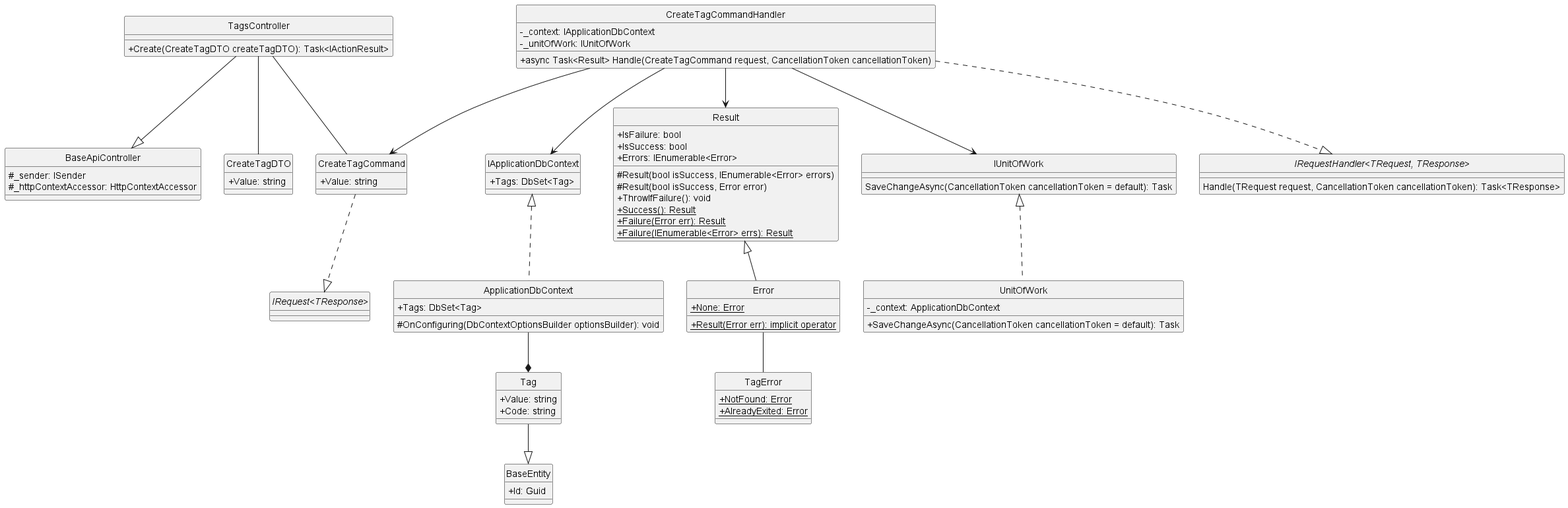
The PlantUML diagram docs/Class Diagram/Post/Tags/CreateTag/ClassDiagram/createTag.png in Carl-Johnsons/Chat-Application, before a commit.
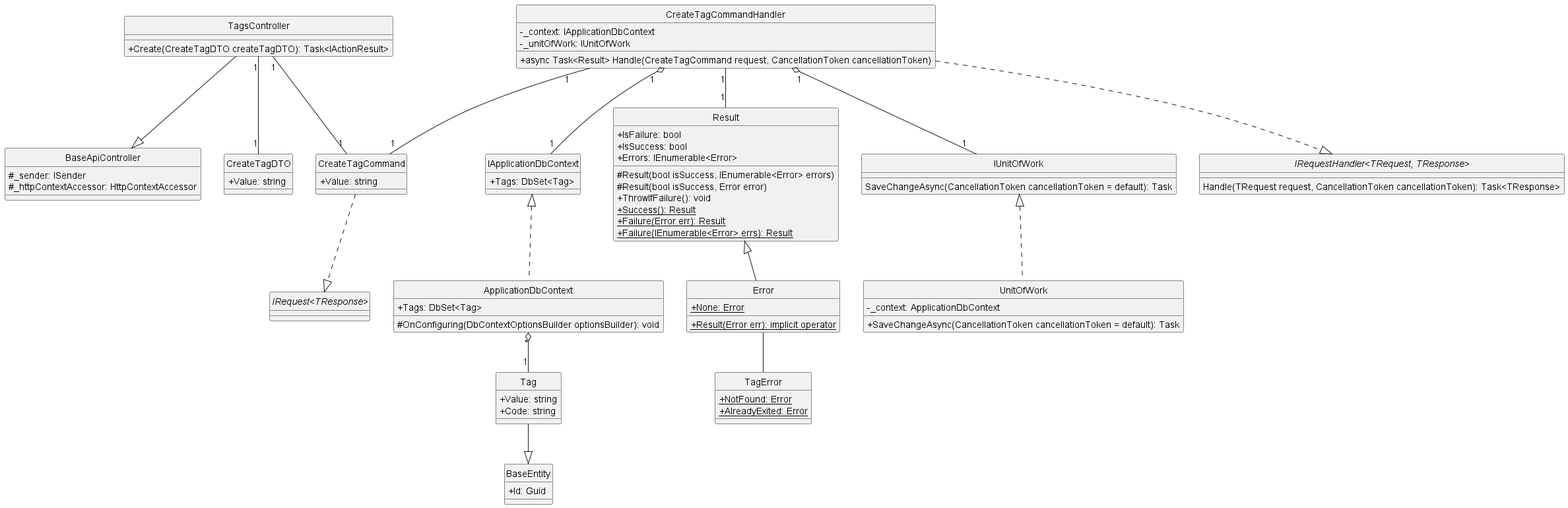
The same diagram one commit later.

The edit, as a diff of the source:
```diff
@@ -80,18 +80,18 @@
 }
 
 TagsController --|> BaseApiController
-TagsController -- CreateTagCommand
-TagsController -- CreateTagDTO
+TagsController "1"--"1" CreateTagCommand
+TagsController "1"--"1" CreateTagDTO
 CreateTagCommand ..|> "IRequest<TResponse>"
 CreateTagCommandHandler ..|>  "IRequestHandler<TRequest, TResponse>"
-CreateTagCommandHandler --> CreateTagCommand
-CreateTagCommandHandler --> Result
-CreateTagCommandHandler --> IUnitOfWork
-CreateTagCommandHandler --> IApplicationDbContext
+CreateTagCommandHandler "1"--"1" CreateTagCommand
+CreateTagCommandHandler "1"--"1" Result
+CreateTagCommandHandler "1" o--"1" IUnitOfWork
+CreateTagCommandHandler "1" o--"1" IApplicationDbContext
 Result <|-- Error
 Error -- TagError
 Tag --|> BaseEntity
 IUnitOfWork <|.. UnitOfWork
 IApplicationDbContext <|.. ApplicationDbContext
-ApplicationDbContext --* Tag
+ApplicationDbContext "*" o--"1" Tag
 @enduml
```
